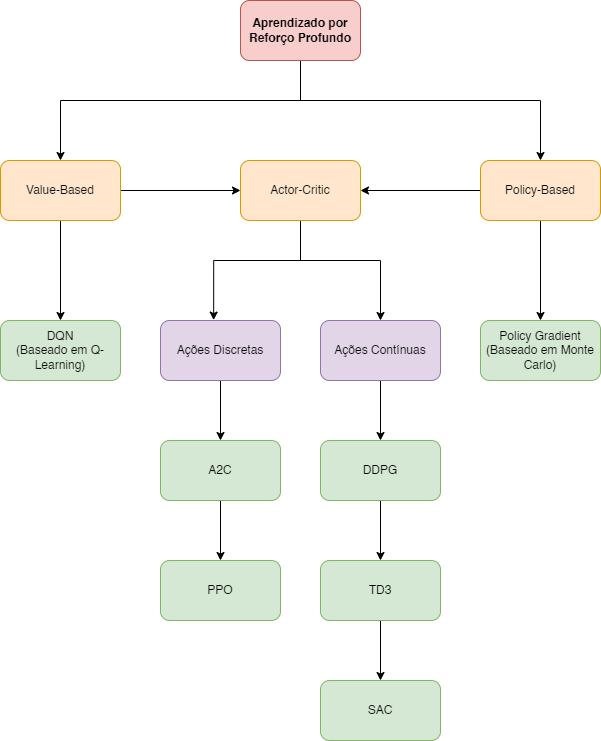
This is img/taxonomia_profundo.png from turing-usp/Aprendizado-por-Reforco, a draw.io export, as it was before one commit. Source tidied: cells renumbered, new cells last; positions are measured from the earlier drawing's top-left corner, leaving out a move shared by most shapes. Source of this version:
```xml
<mxGraphModel>
  <root>
    <mxCell id="0" />
    <mxCell id="1" parent="0" />
    <mxCell id="2" style="edgeStyle=orthogonalEdgeStyle;rounded=0;jettySize=auto;html=1;entryX=0.5;entryY=0;entryDx=0;entryDy=0;" parent="1" edge="1" source="4" target="7">
      <mxGeometry relative="1" as="geometry">
        <Array as="points">
          <mxPoint x="300" y="100" />
          <mxPoint x="60" y="100" />
        </Array>
      </mxGeometry>
    </mxCell>
    <mxCell id="3" style="edgeStyle=orthogonalEdgeStyle;rounded=0;jettySize=auto;html=1;" parent="1" edge="1" source="4" target="10">
      <mxGeometry relative="1" as="geometry">
        <Array as="points">
          <mxPoint x="300" y="100" />
          <mxPoint x="540" y="100" />
        </Array>
      </mxGeometry>
    </mxCell>
    <mxCell id="4" value="Aprendizado por Reforço Profundo" style="rounded=1;whiteSpace=wrap;html=1;fillColor=#f8cecc;strokeColor=#b85450;fontStyle=1;" parent="1" vertex="1">
      <mxGeometry x="240" width="120" height="60" as="geometry" />
    </mxCell>
    <mxCell id="5" style="edgeStyle=orthogonalEdgeStyle;rounded=0;jettySize=auto;html=1;entryX=0;entryY=0.5;entryDx=0;entryDy=0;" parent="1" edge="1" source="7" target="15">
      <mxGeometry relative="1" as="geometry" />
    </mxCell>
    <mxCell id="6" style="edgeStyle=orthogonalEdgeStyle;rounded=0;jettySize=auto;html=1;entryX=0.5;entryY=0;entryDx=0;entryDy=0;" parent="1" edge="1" source="7" target="11">
      <mxGeometry relative="1" as="geometry" />
    </mxCell>
    <mxCell id="7" value="Value-Based" style="rounded=1;whiteSpace=wrap;html=1;fillColor=#ffe6cc;strokeColor=#d79b00;" parent="1" vertex="1">
      <mxGeometry y="160" width="120" height="60" as="geometry" />
    </mxCell>
    <mxCell id="8" style="edgeStyle=orthogonalEdgeStyle;rounded=0;jettySize=auto;html=1;entryX=1;entryY=0.5;entryDx=0;entryDy=0;" parent="1" edge="1" source="10" target="15">
      <mxGeometry relative="1" as="geometry" />
    </mxCell>
    <mxCell id="9" style="edgeStyle=orthogonalEdgeStyle;rounded=0;jettySize=auto;html=1;entryX=0.5;entryY=0;entryDx=0;entryDy=0;" parent="1" edge="1" source="10" target="12">
      <mxGeometry relative="1" as="geometry" />
    </mxCell>
    <mxCell id="10" value="Policy-Based" style="rounded=1;whiteSpace=wrap;html=1;fillColor=#ffe6cc;strokeColor=#d79b00;" parent="1" vertex="1">
      <mxGeometry x="480" y="160" width="120" height="60" as="geometry" />
    </mxCell>
    <mxCell id="11" value="DQN&lt;br&gt;(Baseado em Q-Learning)" style="rounded=1;whiteSpace=wrap;html=1;fillColor=#d5e8d4;strokeColor=#82b366;" parent="1" vertex="1">
      <mxGeometry y="320" width="120" height="60" as="geometry" />
    </mxCell>
    <mxCell id="12" value="Policy Gradient&lt;br&gt;(Baseado em Monte Carlo)" style="rounded=1;whiteSpace=wrap;html=1;fillColor=#d5e8d4;strokeColor=#82b366;" parent="1" vertex="1">
      <mxGeometry x="480" y="320" width="120" height="60" as="geometry" />
    </mxCell>
    <mxCell id="13" style="edgeStyle=orthogonalEdgeStyle;rounded=0;jettySize=auto;html=1;" parent="1" edge="1" source="15" target="19">
      <mxGeometry relative="1" as="geometry">
        <Array as="points">
          <mxPoint x="300" y="260" />
          <mxPoint x="380" y="260" />
        </Array>
      </mxGeometry>
    </mxCell>
    <mxCell id="14" style="edgeStyle=orthogonalEdgeStyle;rounded=0;jettySize=auto;html=1;entryX=0.443;entryY=-0.007;entryDx=0;entryDy=0;entryPerimeter=0;" parent="1" edge="1" source="15" target="17">
      <mxGeometry relative="1" as="geometry">
        <Array as="points">
          <mxPoint x="300" y="260" />
          <mxPoint x="213" y="260" />
        </Array>
      </mxGeometry>
    </mxCell>
    <mxCell id="15" value="Actor-Critic" style="rounded=1;whiteSpace=wrap;html=1;fillColor=#ffe6cc;strokeColor=#d79b00;" parent="1" vertex="1">
      <mxGeometry x="240" y="160" width="120" height="60" as="geometry" />
    </mxCell>
    <mxCell id="16" style="edgeStyle=orthogonalEdgeStyle;rounded=0;jettySize=auto;html=1;entryX=0.5;entryY=0;entryDx=0;entryDy=0;" parent="1" edge="1" source="17" target="21">
      <mxGeometry relative="1" as="geometry" />
    </mxCell>
    <mxCell id="17" value="Ações Discretas" style="rounded=1;whiteSpace=wrap;html=1;fillColor=#e1d5e7;strokeColor=#9673a6;" parent="1" vertex="1">
      <mxGeometry x="160" y="320" width="120" height="60" as="geometry" />
    </mxCell>
    <mxCell id="18" style="edgeStyle=orthogonalEdgeStyle;rounded=0;jettySize=auto;html=1;entryX=0.5;entryY=0;entryDx=0;entryDy=0;" parent="1" edge="1" source="19" target="24">
      <mxGeometry relative="1" as="geometry" />
    </mxCell>
    <mxCell id="19" value="Ações Contínuas" style="rounded=1;whiteSpace=wrap;html=1;fillColor=#e1d5e7;strokeColor=#9673a6;" parent="1" vertex="1">
      <mxGeometry x="320" y="320" width="120" height="60" as="geometry" />
    </mxCell>
    <mxCell id="20" style="edgeStyle=orthogonalEdgeStyle;rounded=0;jettySize=auto;html=1;entryX=0.5;entryY=0;entryDx=0;entryDy=0;" parent="1" edge="1" source="21" target="22">
      <mxGeometry relative="1" as="geometry" />
    </mxCell>
    <mxCell id="21" value="A2C" style="rounded=1;whiteSpace=wrap;html=1;fillColor=#d5e8d4;strokeColor=#82b366;" parent="1" vertex="1">
      <mxGeometry x="160" y="440" width="120" height="60" as="geometry" />
    </mxCell>
    <mxCell id="22" value="PPO" style="rounded=1;whiteSpace=wrap;html=1;fillColor=#d5e8d4;strokeColor=#82b366;" parent="1" vertex="1">
      <mxGeometry x="160" y="560" width="120" height="60" as="geometry" />
    </mxCell>
    <mxCell id="23" style="edgeStyle=orthogonalEdgeStyle;rounded=0;jettySize=auto;html=1;" parent="1" edge="1" source="24" target="26">
      <mxGeometry relative="1" as="geometry" />
    </mxCell>
    <mxCell id="24" value="DDPG" style="rounded=1;whiteSpace=wrap;html=1;fillColor=#d5e8d4;strokeColor=#82b366;" parent="1" vertex="1">
      <mxGeometry x="320" y="440" width="120" height="60" as="geometry" />
    </mxCell>
    <mxCell id="25" style="edgeStyle=orthogonalEdgeStyle;rounded=0;jettySize=auto;html=1;entryX=0.5;entryY=0;entryDx=0;entryDy=0;" parent="1" edge="1" source="26" target="27">
      <mxGeometry relative="1" as="geometry" />
    </mxCell>
    <mxCell id="26" value="TD3" style="rounded=1;whiteSpace=wrap;html=1;fillColor=#d5e8d4;strokeColor=#82b366;" parent="1" vertex="1">
      <mxGeometry x="320" y="560" width="120" height="60" as="geometry" />
    </mxCell>
    <mxCell id="27" value="SAC" style="rounded=1;whiteSpace=wrap;html=1;fillColor=#d5e8d4;strokeColor=#82b366;" parent="1" vertex="1">
      <mxGeometry x="320" y="680" width="120" height="60" as="geometry" />
    </mxCell>
  </root>
</mxGraphModel>
```
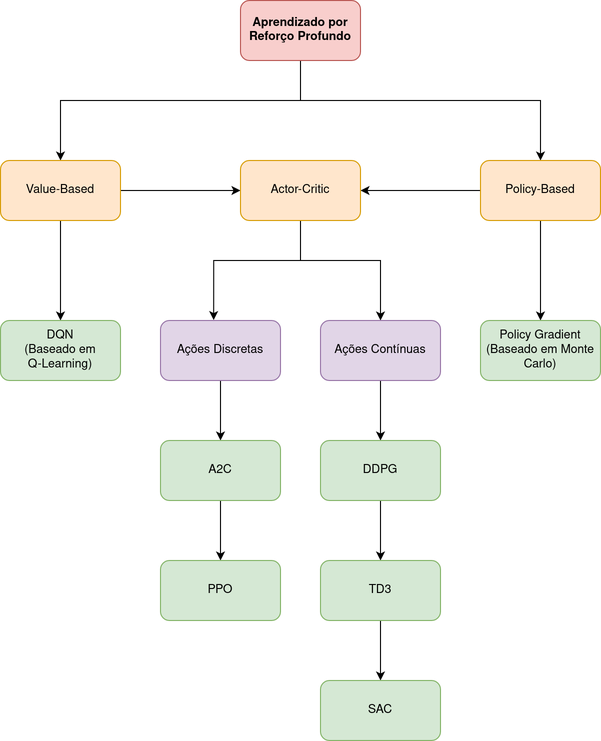
Later version of the same file.

Commit message:
Atualiza diagramas de taxonomia

* Adiciona suporte a dark mode nos diagramas de taxonomia
* Aumenta resolucao dos diagramas

Diff of the diagram source:
```diff
@@ -1,16 +1,112 @@
 <mxGraphModel>
   <root>
-    <mxCell id="0" />
-    <mxCell id="1" parent="0" />
-    <mxCell id="2" style="edgeStyle=orthogonalEdgeStyle;rounded=0;jettySize=auto;html=1;entryX=0.5;entryY=0;entryDx=0;entryDy=0;" parent="1" edge="1" source="4" target="7">
-      <mxGeometry relative="1" as="geometry">
-        <Array as="points">
-          <mxPoint x="300" y="100" />
-          <mxPoint x="60" y="100" />
-        </Array>
-      </mxGeometry>
-    </mxCell>
+    <mxCell id="28" />
+    <mxCell id="29" parent="28" />
+    <mxCell id="30" style="edgeStyle=orthogonalEdgeStyle;rounded=0;orthogonalLoop=1;jettySize=auto;html=1;entryX=0.5;entryY=0;entryDx=0;entryDy=0;strokeWidth=2;strokeColor=#FFFFFF;" parent="29" edge="1">
+      <mxGeometry relative="1" as="geometry">
+        <mxPoint x="300" y="60" as="sourcePoint" />
+        <mxPoint x="60" y="161.5" as="targetPoint" />
+        <Array as="points">
+          <mxPoint x="300" y="100" />
+          <mxPoint x="60" y="100" />
+        </Array>
+      </mxGeometry>
+    </mxCell>
+    <mxCell id="31" style="edgeStyle=orthogonalEdgeStyle;rounded=0;orthogonalLoop=1;jettySize=auto;html=1;strokeWidth=2;strokeColor=#FFFFFF;" parent="29" edge="1">
+      <mxGeometry relative="1" as="geometry">
+        <mxPoint x="300" y="60" as="sourcePoint" />
+        <mxPoint x="540" y="161.5" as="targetPoint" />
+        <Array as="points">
+          <mxPoint x="300" y="100" />
+          <mxPoint x="540" y="100" />
+        </Array>
+      </mxGeometry>
+    </mxCell>
+    <mxCell id="32" style="edgeStyle=orthogonalEdgeStyle;rounded=0;orthogonalLoop=1;jettySize=auto;html=1;entryX=0;entryY=0.5;entryDx=0;entryDy=0;strokeWidth=2;strokeColor=#FFFFFF;" parent="29" edge="1">
+      <mxGeometry relative="1" as="geometry">
+        <mxPoint x="120" y="190" as="sourcePoint" />
+        <mxPoint x="241.5" y="190" as="targetPoint" />
+      </mxGeometry>
+    </mxCell>
+    <mxCell id="33" style="edgeStyle=orthogonalEdgeStyle;rounded=0;orthogonalLoop=1;jettySize=auto;html=1;entryX=0.5;entryY=0;entryDx=0;entryDy=0;strokeWidth=2;strokeColor=#FFFFFF;" parent="29" edge="1">
+      <mxGeometry relative="1" as="geometry">
+        <mxPoint x="60" y="220" as="sourcePoint" />
+        <mxPoint x="60" y="321.5" as="targetPoint" />
+      </mxGeometry>
+    </mxCell>
+    <mxCell id="34" style="edgeStyle=orthogonalEdgeStyle;rounded=0;orthogonalLoop=1;jettySize=auto;html=1;entryX=1;entryY=0.5;entryDx=0;entryDy=0;strokeWidth=2;strokeColor=#FFFFFF;" parent="29" edge="1">
+      <mxGeometry relative="1" as="geometry">
+        <mxPoint x="480" y="190" as="sourcePoint" />
+        <mxPoint x="358.5" y="190" as="targetPoint" />
+      </mxGeometry>
+    </mxCell>
+    <mxCell id="35" style="edgeStyle=orthogonalEdgeStyle;rounded=0;orthogonalLoop=1;jettySize=auto;html=1;entryX=0.5;entryY=0;entryDx=0;entryDy=0;strokeWidth=2;strokeColor=#FFFFFF;" parent="29" edge="1">
+      <mxGeometry relative="1" as="geometry">
+        <mxPoint x="540" y="220" as="sourcePoint" />
+        <mxPoint x="540" y="321.5" as="targetPoint" />
+      </mxGeometry>
+    </mxCell>
+    <mxCell id="36" style="edgeStyle=orthogonalEdgeStyle;rounded=0;orthogonalLoop=1;jettySize=auto;html=1;strokeWidth=2;strokeColor=#FFFFFF;" parent="29" edge="1">
+      <mxGeometry relative="1" as="geometry">
+        <mxPoint x="300" y="220" as="sourcePoint" />
+        <mxPoint x="380" y="321.5" as="targetPoint" />
+        <Array as="points">
+          <mxPoint x="300" y="260" />
+          <mxPoint x="380" y="260" />
+        </Array>
+      </mxGeometry>
+    </mxCell>
+    <mxCell id="37" style="edgeStyle=orthogonalEdgeStyle;rounded=0;orthogonalLoop=1;jettySize=auto;html=1;entryX=0.443;entryY=-0.007;entryDx=0;entryDy=0;entryPerimeter=0;strokeWidth=2;strokeColor=#FFFFFF;" parent="29" edge="1">
+      <mxGeometry relative="1" as="geometry">
+        <mxPoint x="300" y="220" as="sourcePoint" />
+        <mxPoint x="213.2" y="321.1" as="targetPoint" />
+        <Array as="points">
+          <mxPoint x="300" y="260" />
+          <mxPoint x="213" y="260" />
+        </Array>
+      </mxGeometry>
+    </mxCell>
+    <mxCell id="38" style="edgeStyle=orthogonalEdgeStyle;rounded=0;orthogonalLoop=1;jettySize=auto;html=1;entryX=0.5;entryY=0;entryDx=0;entryDy=0;strokeWidth=2;strokeColor=#FFFFFF;" parent="29" edge="1">
+      <mxGeometry relative="1" as="geometry">
+        <mxPoint x="220" y="380" as="sourcePoint" />
+        <mxPoint x="220" y="441.5" as="targetPoint" />
+      </mxGeometry>
+    </mxCell>
+    <mxCell id="39" style="edgeStyle=orthogonalEdgeStyle;rounded=0;orthogonalLoop=1;jettySize=auto;html=1;entryX=0.5;entryY=0;entryDx=0;entryDy=0;strokeWidth=2;strokeColor=#FFFFFF;" parent="29" edge="1">
+      <mxGeometry relative="1" as="geometry">
+        <mxPoint x="220" y="500" as="sourcePoint" />
+        <mxPoint x="220" y="561.5" as="targetPoint" />
+      </mxGeometry>
+    </mxCell>
+    <mxCell id="40" style="edgeStyle=orthogonalEdgeStyle;rounded=0;orthogonalLoop=1;jettySize=auto;html=1;entryX=0.5;entryY=0;entryDx=0;entryDy=0;strokeWidth=2;strokeColor=#FFFFFF;" parent="29" edge="1">
+      <mxGeometry relative="1" as="geometry">
+        <mxPoint x="380" y="620" as="sourcePoint" />
+        <mxPoint x="380" y="681.5" as="targetPoint" />
+      </mxGeometry>
+    </mxCell>
+    <mxCell id="41" style="edgeStyle=orthogonalEdgeStyle;rounded=0;orthogonalLoop=1;jettySize=auto;html=1;strokeWidth=2;strokeColor=#FFFFFF;" parent="29" edge="1">
+      <mxGeometry relative="1" as="geometry">
+        <mxPoint x="380" y="500" as="sourcePoint" />
+        <mxPoint x="380" y="561.5" as="targetPoint" />
+      </mxGeometry>
+    </mxCell>
+    <mxCell id="42" style="edgeStyle=orthogonalEdgeStyle;rounded=0;orthogonalLoop=1;jettySize=auto;html=1;entryX=0.5;entryY=0;entryDx=0;entryDy=0;strokeWidth=2;strokeColor=#FFFFFF;" parent="29" edge="1">
+      <mxGeometry relative="1" as="geometry">
+        <mxPoint x="380" y="380" as="sourcePoint" />
+        <mxPoint x="380" y="441.5" as="targetPoint" />
+      </mxGeometry>
+    </mxCell>
+    <mxCell id="43" style="edgeStyle=orthogonalEdgeStyle;rounded=0;orthogonalLoop=1;jettySize=auto;html=1;entryX=0.5;entryY=0;entryDx=0;entryDy=0;" parent="29" edge="1">
+      <mxGeometry relative="1" as="geometry">
+        <mxPoint x="300" y="60" as="sourcePoint" />
+        <mxPoint x="60" y="160" as="targetPoint" />
+        <Array as="points">
+          <mxPoint x="300" y="100" />
+          <mxPoint x="60" y="100" />
+        </Array>
+      </mxGeometry>
+    </mxCell>
-    <mxCell id="3" style="edgeStyle=orthogonalEdgeStyle;rounded=0;jettySize=auto;html=1;" parent="1" edge="1" source="4" target="10">
+    <mxCell id="3" style="edgeStyle=orthogonalEdgeStyle;rounded=0;jettySize=auto;html=1;" parent="29" edge="1" source="4" target="10">
       <mxGeometry relative="1" as="geometry">
         <Array as="points">
           <mxPoint x="300" y="100" />
@@ -18,34 +114,34 @@
         </Array>
       </mxGeometry>
     </mxCell>
-    <mxCell id="4" value="Aprendizado por Reforço Profundo" style="rounded=1;whiteSpace=wrap;html=1;fillColor=#f8cecc;strokeColor=#b85450;fontStyle=1;" parent="1" vertex="1">
+    <mxCell id="4" value="Aprendizado por Reforço Profundo" style="rounded=1;whiteSpace=wrap;html=1;fillColor=#f8cecc;strokeColor=#b85450;fontStyle=1;" parent="29" vertex="1">
       <mxGeometry x="240" width="120" height="60" as="geometry" />
     </mxCell>
-    <mxCell id="5" style="edgeStyle=orthogonalEdgeStyle;rounded=0;jettySize=auto;html=1;entryX=0;entryY=0.5;entryDx=0;entryDy=0;" parent="1" edge="1" source="7" target="15">
+    <mxCell id="5" style="edgeStyle=orthogonalEdgeStyle;rounded=0;jettySize=auto;html=1;entryX=0;entryY=0.5;entryDx=0;entryDy=0;" parent="29" edge="1" source="7" target="15">
       <mxGeometry relative="1" as="geometry" />
     </mxCell>
-    <mxCell id="6" style="edgeStyle=orthogonalEdgeStyle;rounded=0;jettySize=auto;html=1;entryX=0.5;entryY=0;entryDx=0;entryDy=0;" parent="1" edge="1" source="7" target="11">
+    <mxCell id="6" style="edgeStyle=orthogonalEdgeStyle;rounded=0;jettySize=auto;html=1;entryX=0.5;entryY=0;entryDx=0;entryDy=0;" parent="29" edge="1" source="7" target="11">
       <mxGeometry relative="1" as="geometry" />
     </mxCell>
-    <mxCell id="7" value="Value-Based" style="rounded=1;whiteSpace=wrap;html=1;fillColor=#ffe6cc;strokeColor=#d79b00;" parent="1" vertex="1">
+    <mxCell id="7" value="Value-Based" style="rounded=1;whiteSpace=wrap;html=1;fillColor=#ffe6cc;strokeColor=#d79b00;" parent="29" vertex="1">
       <mxGeometry y="160" width="120" height="60" as="geometry" />
     </mxCell>
-    <mxCell id="8" style="edgeStyle=orthogonalEdgeStyle;rounded=0;jettySize=auto;html=1;entryX=1;entryY=0.5;entryDx=0;entryDy=0;" parent="1" edge="1" source="10" target="15">
+    <mxCell id="8" style="edgeStyle=orthogonalEdgeStyle;rounded=0;jettySize=auto;html=1;entryX=1;entryY=0.5;entryDx=0;entryDy=0;" parent="29" edge="1" source="10" target="15">
       <mxGeometry relative="1" as="geometry" />
     </mxCell>
-    <mxCell id="9" style="edgeStyle=orthogonalEdgeStyle;rounded=0;jettySize=auto;html=1;entryX=0.5;entryY=0;entryDx=0;entryDy=0;" parent="1" edge="1" source="10" target="12">
+    <mxCell id="9" style="edgeStyle=orthogonalEdgeStyle;rounded=0;jettySize=auto;html=1;entryX=0.5;entryY=0;entryDx=0;entryDy=0;" parent="29" edge="1" source="10" target="12">
       <mxGeometry relative="1" as="geometry" />
     </mxCell>
-    <mxCell id="10" value="Policy-Based" style="rounded=1;whiteSpace=wrap;html=1;fillColor=#ffe6cc;strokeColor=#d79b00;" parent="1" vertex="1">
+    <mxCell id="10" value="Policy-Based" style="rounded=1;whiteSpace=wrap;html=1;fillColor=#ffe6cc;strokeColor=#d79b00;" parent="29" vertex="1">
       <mxGeometry x="480" y="160" width="120" height="60" as="geometry" />
     </mxCell>
-    <mxCell id="11" value="DQN&lt;br&gt;(Baseado em Q-Learning)" style="rounded=1;whiteSpace=wrap;html=1;fillColor=#d5e8d4;strokeColor=#82b366;" parent="1" vertex="1">
+    <mxCell id="11" value="DQN&lt;br&gt;(Baseado em Q-Learning)" style="rounded=1;whiteSpace=wrap;html=1;fillColor=#d5e8d4;strokeColor=#82b366;" parent="29" vertex="1">
       <mxGeometry y="320" width="120" height="60" as="geometry" />
     </mxCell>
-    <mxCell id="12" value="Policy Gradient&lt;br&gt;(Baseado em Monte Carlo)" style="rounded=1;whiteSpace=wrap;html=1;fillColor=#d5e8d4;strokeColor=#82b366;" parent="1" vertex="1">
+    <mxCell id="12" value="Policy Gradient&lt;br&gt;(Baseado em Monte Carlo)" style="rounded=1;whiteSpace=wrap;html=1;fillColor=#d5e8d4;strokeColor=#82b366;" parent="29" vertex="1">
       <mxGeometry x="480" y="320" width="120" height="60" as="geometry" />
     </mxCell>
-    <mxCell id="13" style="edgeStyle=orthogonalEdgeStyle;rounded=0;jettySize=auto;html=1;" parent="1" edge="1" source="15" target="19">
+    <mxCell id="13" style="edgeStyle=orthogonalEdgeStyle;rounded=0;jettySize=auto;html=1;" parent="29" edge="1" source="15" target="19">
       <mxGeometry relative="1" as="geometry">
         <Array as="points">
           <mxPoint x="300" y="260" />
@@ -53,7 +149,7 @@
         </Array>
       </mxGeometry>
     </mxCell>
-    <mxCell id="14" style="edgeStyle=orthogonalEdgeStyle;rounded=0;jettySize=auto;html=1;entryX=0.443;entryY=-0.007;entryDx=0;entryDy=0;entryPerimeter=0;" parent="1" edge="1" source="15" target="17">
+    <mxCell id="14" style="edgeStyle=orthogonalEdgeStyle;rounded=0;jettySize=auto;html=1;entryX=0.443;entryY=-0.007;entryDx=0;entryDy=0;entryPerimeter=0;" parent="29" edge="1" source="15" target="17">
       <mxGeometry relative="1" as="geometry">
         <Array as="points">
           <mxPoint x="300" y="260" />
@@ -61,43 +157,43 @@
         </Array>
       </mxGeometry>
     </mxCell>
-    <mxCell id="15" value="Actor-Critic" style="rounded=1;whiteSpace=wrap;html=1;fillColor=#ffe6cc;strokeColor=#d79b00;" parent="1" vertex="1">
+    <mxCell id="15" value="Actor-Critic" style="rounded=1;whiteSpace=wrap;html=1;fillColor=#ffe6cc;strokeColor=#d79b00;" parent="29" vertex="1">
       <mxGeometry x="240" y="160" width="120" height="60" as="geometry" />
     </mxCell>
-    <mxCell id="16" style="edgeStyle=orthogonalEdgeStyle;rounded=0;jettySize=auto;html=1;entryX=0.5;entryY=0;entryDx=0;entryDy=0;" parent="1" edge="1" source="17" target="21">
+    <mxCell id="16" style="edgeStyle=orthogonalEdgeStyle;rounded=0;jettySize=auto;html=1;entryX=0.5;entryY=0;entryDx=0;entryDy=0;" parent="29" edge="1" source="17" target="21">
       <mxGeometry relative="1" as="geometry" />
     </mxCell>
-    <mxCell id="17" value="Ações Discretas" style="rounded=1;whiteSpace=wrap;html=1;fillColor=#e1d5e7;strokeColor=#9673a6;" parent="1" vertex="1">
+    <mxCell id="17" value="Ações Discretas" style="rounded=1;whiteSpace=wrap;html=1;fillColor=#e1d5e7;strokeColor=#9673a6;" parent="29" vertex="1">
       <mxGeometry x="160" y="320" width="120" height="60" as="geometry" />
     </mxCell>
-    <mxCell id="18" style="edgeStyle=orthogonalEdgeStyle;rounded=0;jettySize=auto;html=1;entryX=0.5;entryY=0;entryDx=0;entryDy=0;" parent="1" edge="1" source="19" target="24">
+    <mxCell id="18" style="edgeStyle=orthogonalEdgeStyle;rounded=0;jettySize=auto;html=1;entryX=0.5;entryY=0;entryDx=0;entryDy=0;" parent="29" edge="1" source="19" target="24">
       <mxGeometry relative="1" as="geometry" />
     </mxCell>
-    <mxCell id="19" value="Ações Contínuas" style="rounded=1;whiteSpace=wrap;html=1;fillColor=#e1d5e7;strokeColor=#9673a6;" parent="1" vertex="1">
+    <mxCell id="19" value="Ações Contínuas" style="rounded=1;whiteSpace=wrap;html=1;fillColor=#e1d5e7;strokeColor=#9673a6;" parent="29" vertex="1">
       <mxGeometry x="320" y="320" width="120" height="60" as="geometry" />
     </mxCell>
-    <mxCell id="20" style="edgeStyle=orthogonalEdgeStyle;rounded=0;jettySize=auto;html=1;entryX=0.5;entryY=0;entryDx=0;entryDy=0;" parent="1" edge="1" source="21" target="22">
+    <mxCell id="20" style="edgeStyle=orthogonalEdgeStyle;rounded=0;jettySize=auto;html=1;entryX=0.5;entryY=0;entryDx=0;entryDy=0;" parent="29" edge="1" source="21" target="22">
       <mxGeometry relative="1" as="geometry" />
     </mxCell>
-    <mxCell id="21" value="A2C" style="rounded=1;whiteSpace=wrap;html=1;fillColor=#d5e8d4;strokeColor=#82b366;" parent="1" vertex="1">
+    <mxCell id="21" value="A2C" style="rounded=1;whiteSpace=wrap;html=1;fillColor=#d5e8d4;strokeColor=#82b366;" parent="29" vertex="1">
       <mxGeometry x="160" y="440" width="120" height="60" as="geometry" />
     </mxCell>
-    <mxCell id="22" value="PPO" style="rounded=1;whiteSpace=wrap;html=1;fillColor=#d5e8d4;strokeColor=#82b366;" parent="1" vertex="1">
+    <mxCell id="22" value="PPO" style="rounded=1;whiteSpace=wrap;html=1;fillColor=#d5e8d4;strokeColor=#82b366;" parent="29" vertex="1">
       <mxGeometry x="160" y="560" width="120" height="60" as="geometry" />
     </mxCell>
-    <mxCell id="23" style="edgeStyle=orthogonalEdgeStyle;rounded=0;jettySize=auto;html=1;" parent="1" edge="1" source="24" target="26">
+    <mxCell id="23" style="edgeStyle=orthogonalEdgeStyle;rounded=0;jettySize=auto;html=1;" parent="29" edge="1" source="24" target="26">
       <mxGeometry relative="1" as="geometry" />
     </mxCell>
-    <mxCell id="24" value="DDPG" style="rounded=1;whiteSpace=wrap;html=1;fillColor=#d5e8d4;strokeColor=#82b366;" parent="1" vertex="1">
+    <mxCell id="24" value="DDPG" style="rounded=1;whiteSpace=wrap;html=1;fillColor=#d5e8d4;strokeColor=#82b366;" parent="29" vertex="1">
       <mxGeometry x="320" y="440" width="120" height="60" as="geometry" />
     </mxCell>
-    <mxCell id="25" style="edgeStyle=orthogonalEdgeStyle;rounded=0;jettySize=auto;html=1;entryX=0.5;entryY=0;entryDx=0;entryDy=0;" parent="1" edge="1" source="26" target="27">
+    <mxCell id="25" style="edgeStyle=orthogonalEdgeStyle;rounded=0;jettySize=auto;html=1;entryX=0.5;entryY=0;entryDx=0;entryDy=0;" parent="29" edge="1" source="26" target="27">
       <mxGeometry relative="1" as="geometry" />
     </mxCell>
-    <mxCell id="26" value="TD3" style="rounded=1;whiteSpace=wrap;html=1;fillColor=#d5e8d4;strokeColor=#82b366;" parent="1" vertex="1">
+    <mxCell id="26" value="TD3" style="rounded=1;whiteSpace=wrap;html=1;fillColor=#d5e8d4;strokeColor=#82b366;" parent="29" vertex="1">
       <mxGeometry x="320" y="560" width="120" height="60" as="geometry" />
     </mxCell>
-    <mxCell id="27" value="SAC" style="rounded=1;whiteSpace=wrap;html=1;fillColor=#d5e8d4;strokeColor=#82b366;" parent="1" vertex="1">
+    <mxCell id="27" value="SAC" style="rounded=1;whiteSpace=wrap;html=1;fillColor=#d5e8d4;strokeColor=#82b366;" parent="29" vertex="1">
       <mxGeometry x="320" y="680" width="120" height="60" as="geometry" />
     </mxCell>
   </root>
```
